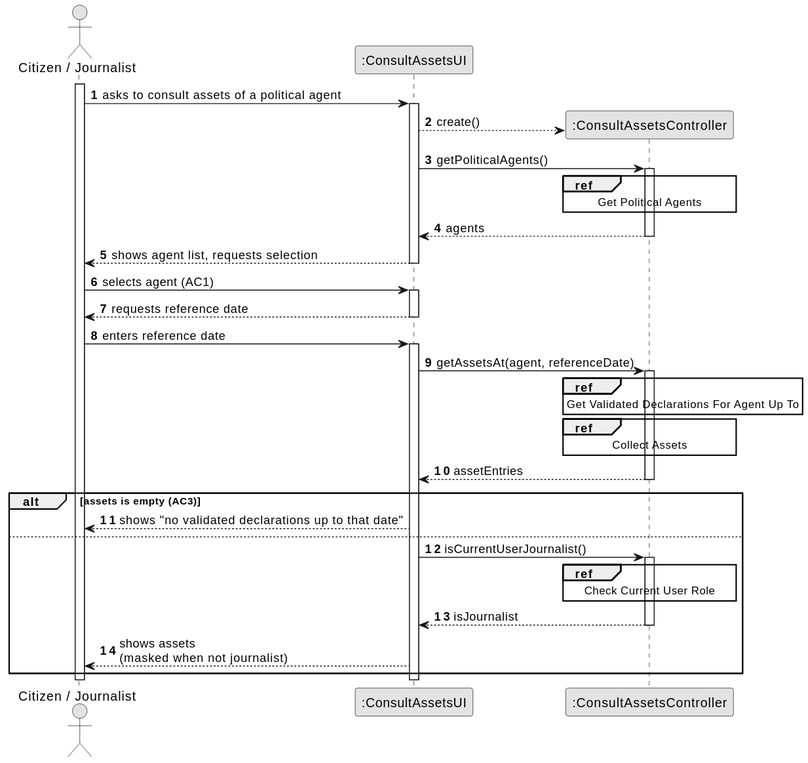
Before: docs/system-documentation/US11/03.design/svg/US11-SD-split.svg, a diagram exported from PlantUML (brunodspinto/crystal-clear-platform).
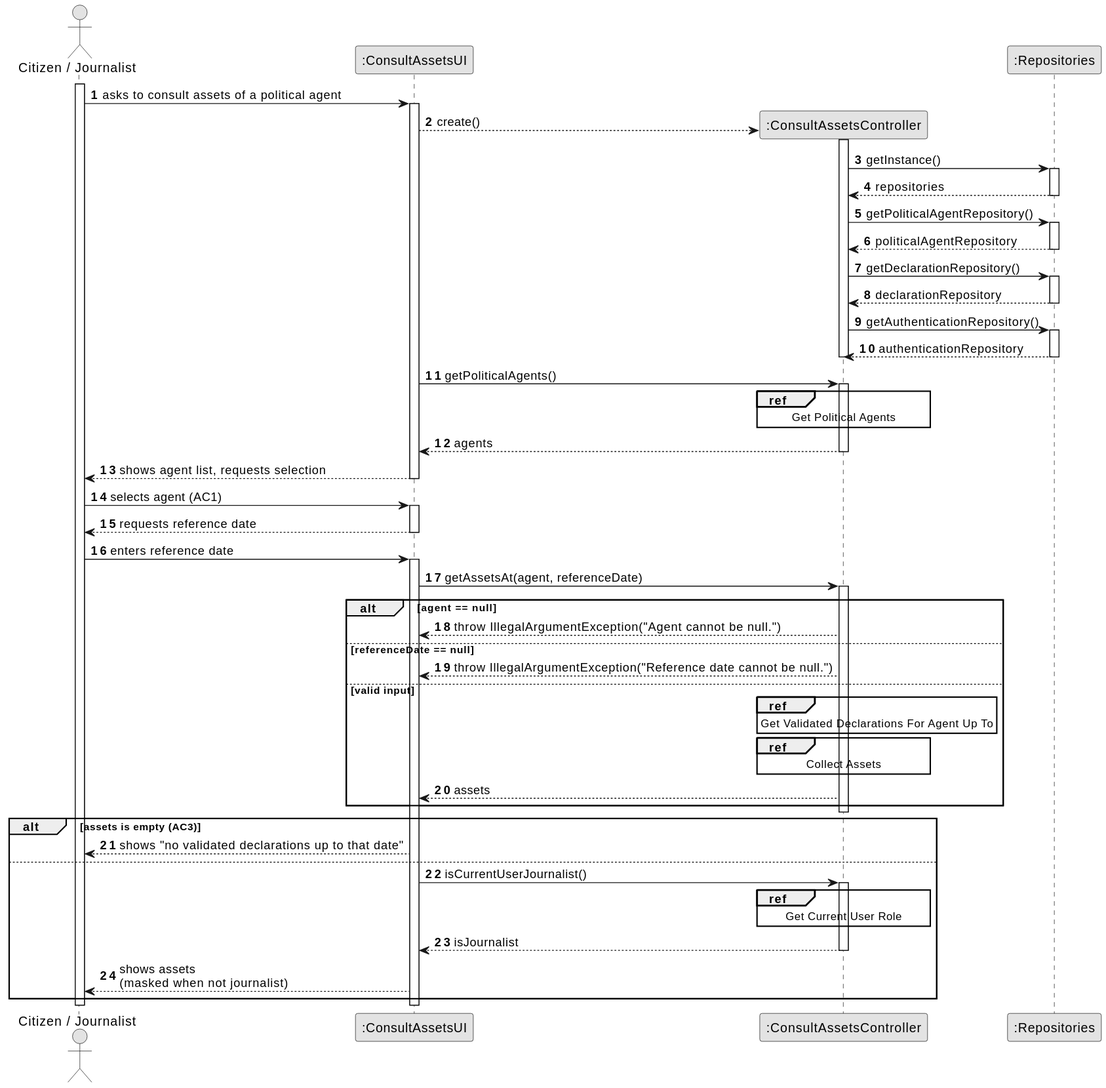
After the change.

Change to the diagram source:
```diff
@@ -8,6 +8,7 @@
 actor "Citizen / Journalist" as Actor
 participant ":ConsultAssetsUI" as UI
 participant ":ConsultAssetsController" as CTRL
+participant ":Repositories" as REPOS
 
 activate Actor
 
@@ -15,6 +16,28 @@
     activate UI
 
         UI --> CTRL** : create()
+        activate CTRL
+            CTRL -> REPOS : getInstance()
+            activate REPOS
+                REPOS --> CTRL : repositories
+            deactivate REPOS
+
+            CTRL -> REPOS : getPoliticalAgentRepository()
+            activate REPOS
+                REPOS --> CTRL : politicalAgentRepository
+            deactivate REPOS
+
+            CTRL -> REPOS : getDeclarationRepository()
+            activate REPOS
+                REPOS --> CTRL : declarationRepository
+            deactivate REPOS
+
+            CTRL -> REPOS : getAuthenticationRepository()
+            activate REPOS
+                REPOS --> CTRL : authenticationRepository
+            deactivate REPOS
+        deactivate CTRL
+
         UI -> CTRL : getPoliticalAgents()
         ref over CTRL
             Get Political Agents
@@ -38,15 +61,21 @@
         UI -> CTRL : getAssetsAt(agent, referenceDate)
         activate CTRL
 
-            ref over CTRL
-                Get Validated Declarations For Agent Up To
-            end ref
+            alt agent == null
+                CTRL --> UI : throw IllegalArgumentException("Agent cannot be null.")
+            else referenceDate == null
+                CTRL --> UI : throw IllegalArgumentException("Reference date cannot be null.")
+            else valid input
+                ref over CTRL
+                    Get Validated Declarations For Agent Up To
+                end ref
 
-            ref over CTRL
-                Collect Assets
-            end ref
+                ref over CTRL
+                    Collect Assets
+                end ref
 
-            CTRL --> UI : assetEntries
+                CTRL --> UI : assets
+            end
         deactivate CTRL
 
         alt assets is empty (AC3)
@@ -54,7 +83,7 @@
         else
             UI -> CTRL : isCurrentUserJournalist()
             ref over CTRL
-                Check Current User Role
+                Get Current User Role
             end ref
 
             activate CTRL
```
